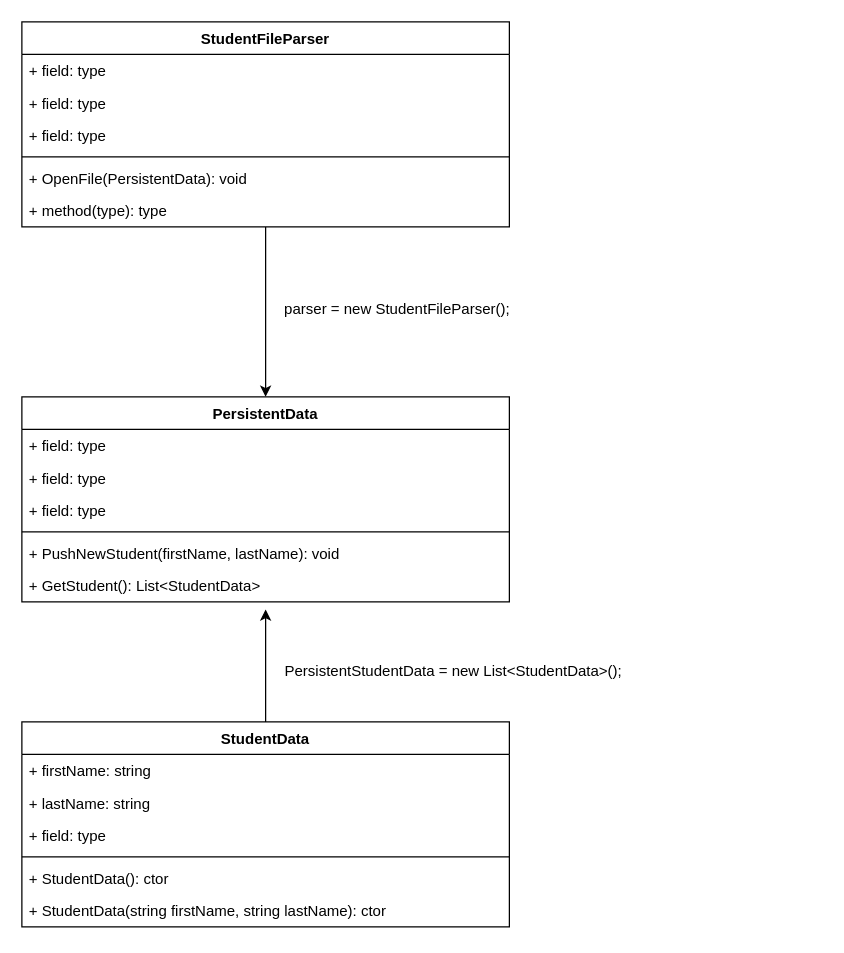
The draw.io diagram page "Class Diagram" (5 of 5) of Project_Plan.drawio in pleycothh/Csharp_Learning_Note, before the edit. Source tidied: cells renumbered, new cells numbered last; positions are measured from the earlier drawing's top-left corner, leaving out a move shared by most shapes. Both pictures are drawn from the tidied source at 125%, with x=0, y=0 at pixel (21, 21).
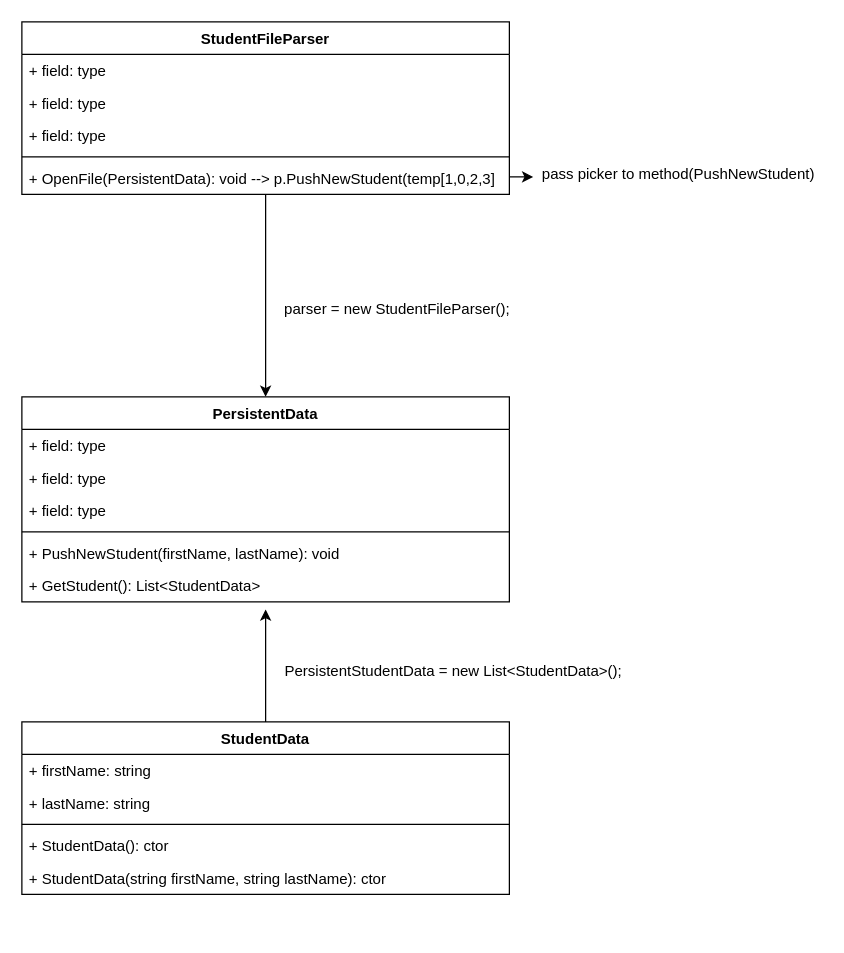
Above is the later version.

Change to the diagram source:
```diff
@@
     <mxCell id="3" value="StudentFileParser" style="swimlane;fontStyle=1;align=center;verticalAlign=top;horizontal=1;startSize=26;" parent="1" vertex="1">
-      <mxGeometry width="390" height="164" as="geometry" />
+      <mxGeometry width="390" height="138" as="geometry" />
     </mxCell>
@@
-    <mxCell id="8" value="+ OpenFile(PersistentData): void" style="text;strokeColor=none;fillColor=none;align=left;verticalAlign=top;spacingLeft=4;spacingRight=4;overflow=hidden;points=[[0,0.5],[1,0.5]];portConstraint=eastwest;" parent="3" vertex="1">
+    <mxCell id="8" value="+ OpenFile(PersistentData): void --&gt; p.PushNewStudent(temp[1,0,2,3]" style="text;strokeColor=none;fillColor=none;align=left;verticalAlign=top;spacingLeft=4;spacingRight=4;overflow=hidden;points=[[0,0.5],[1,0.5]];portConstraint=eastwest;" parent="3" vertex="1">
       <mxGeometry y="112" width="390" height="26" as="geometry" />
     </mxCell>
-    <mxCell id="9" value="+ method(type): type" style="text;strokeColor=none;fillColor=none;align=left;verticalAlign=top;spacingLeft=4;spacingRight=4;overflow=hidden;" parent="3" vertex="1">
-      <mxGeometry y="138" width="390" height="26" as="geometry" />
-    </mxCell>
@@
     <mxCell id="19" value="StudentData" style="swimlane;fontStyle=1;align=center;verticalAlign=top;horizontal=1;startSize=26;" parent="1" vertex="1">
-      <mxGeometry y="560" width="390" height="164" as="geometry" />
+      <mxGeometry y="560" width="390" height="138" as="geometry" />
     </mxCell>
@@
-    <mxCell id="22" value="+ field: type" style="text;strokeColor=none;fillColor=none;align=left;verticalAlign=top;spacingLeft=4;spacingRight=4;overflow=hidden;" parent="19" vertex="1">
-      <mxGeometry y="78" width="390" height="26" as="geometry" />
-    </mxCell>
     <mxCell id="23" style="line;strokeWidth=1;fillColor=none;align=left;verticalAlign=middle;spacingTop=-1;spacingLeft=3;spacingRight=3;labelPosition=right;" parent="19" vertex="1">
-      <mxGeometry y="104" width="390" height="8" as="geometry" />
+      <mxGeometry y="78" width="390" height="8" as="geometry" />
     </mxCell>
     <mxCell id="24" value="+ StudentData(): ctor" style="text;strokeColor=none;fillColor=none;align=left;verticalAlign=top;spacingLeft=4;spacingRight=4;overflow=hidden;" parent="19" vertex="1">
-      <mxGeometry y="112" width="390" height="26" as="geometry" />
+      <mxGeometry y="86" width="390" height="26" as="geometry" />
     </mxCell>
     <mxCell id="25" value="+ StudentData(string firstName, string lastName): ctor" style="text;strokeColor=none;fillColor=none;align=left;verticalAlign=top;spacingLeft=4;spacingRight=4;overflow=hidden;" parent="19" vertex="1">
-      <mxGeometry y="138" width="390" height="26" as="geometry" />
+      <mxGeometry y="112" width="390" height="26" as="geometry" />
     </mxCell>
@@
+    <mxCell id="27" value="pass picker to method(PushNewStudent)" style="text;html=1;align=center;verticalAlign=middle;points=[];strokeColor=none;fillColor=none;" parent="1" vertex="1">
+      <mxGeometry x="410" y="112" width="230" height="20" as="geometry" />
+    </mxCell>
+    <mxCell id="28" style="edgeStyle=orthogonalEdgeStyle;rounded=0;jettySize=auto;html=1;entryX=-0.004;entryY=0.6;entryDx=0;entryDy=0;entryPerimeter=0;" parent="1" edge="1" source="8" target="27">
+      <mxGeometry relative="1" as="geometry">
+        <Array as="points">
+          <mxPoint x="410" y="125" />
+        </Array>
+      </mxGeometry>
+    </mxCell>
```
